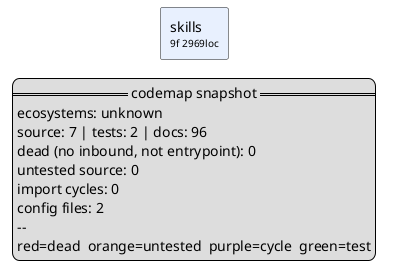
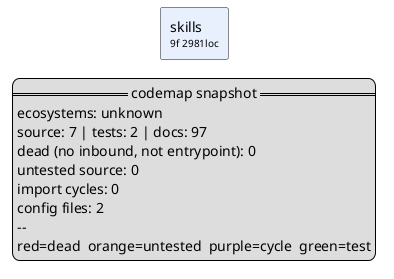
@startuml codemap
' generated by codemap — deterministic snapshot, do not hand-edit
skinparam componentStyle rectangle
skinparam shadowing false
skinparam packageStyle rectangle
left to right direction

- component "skills\n<size:10>9f 2969loc</size>" as skills #E8F0FE
+ component "skills\n<size:10>9f 2981loc</size>" as skills #E8F0FE


legend right
  == codemap snapshot ==
  ecosystems: unknown
-   source: 7 | tests: 2 | docs: 96
+   source: 7 | tests: 2 | docs: 97
  dead (no inbound, not entrypoint): 0
  untested source: 0
  import cycles: 0
  config files: 2
  --
  red=dead  orange=untested  purple=cycle  green=test
endlegend
@enduml